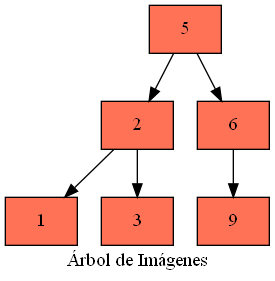
The Graphviz diagram Fase 2/Reportes de Usuario/4999062130101/ArbolImagenes.png in LuisaMariaO/EDD_UDRAWING_FASE_202003381, before a commit. Its source is kept beside it as Fase 2/Reportes de Usuario/4999062130101/ArbolImagenes.dot. The source it was exported from:
```dot
digraph G {
node[ style=filled, fillcolor=coral1, shape=box];
label="Árbol de Imágenes"Nodo364453850[label="5"]
Nodo787177019[label="2"]
Nodo205143308[label="1"]
Nodo1361100605[label="3"]
Nodo564859704[label="6"]
Nodo1970396512[label="9"]
Nodo364453850->Nodo564859704
Nodo364453850->Nodo787177019
Nodo787177019->Nodo1361100605
Nodo787177019->Nodo205143308
Nodo564859704->Nodo1970396512
}
```
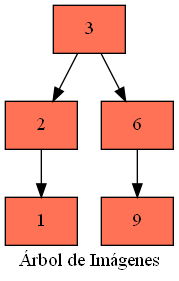
The same file after the commit.

Change to the diagram source:
```diff
@@ -1,14 +1,12 @@
 digraph G {
 node[ style=filled, fillcolor=coral1, shape=box];
-label="Árbol de Imágenes"Nodo364453850[label="5"]
-Nodo787177019[label="2"]
-Nodo205143308[label="1"]
-Nodo1361100605[label="3"]
-Nodo564859704[label="6"]
-Nodo1970396512[label="9"]
-Nodo364453850->Nodo564859704
-Nodo364453850->Nodo787177019
-Nodo787177019->Nodo1361100605
-Nodo787177019->Nodo205143308
-Nodo564859704->Nodo1970396512
+label="Árbol de Imágenes"Nodo345021931[label="3"]
+Nodo653858211[label="2"]
+Nodo1871043713[label="1"]
+Nodo1941179562[label="6"]
+Nodo1649249836[label="9"]
+Nodo345021931->Nodo1941179562
+Nodo345021931->Nodo653858211
+Nodo653858211->Nodo1871043713
+Nodo1941179562->Nodo1649249836
 }
```
